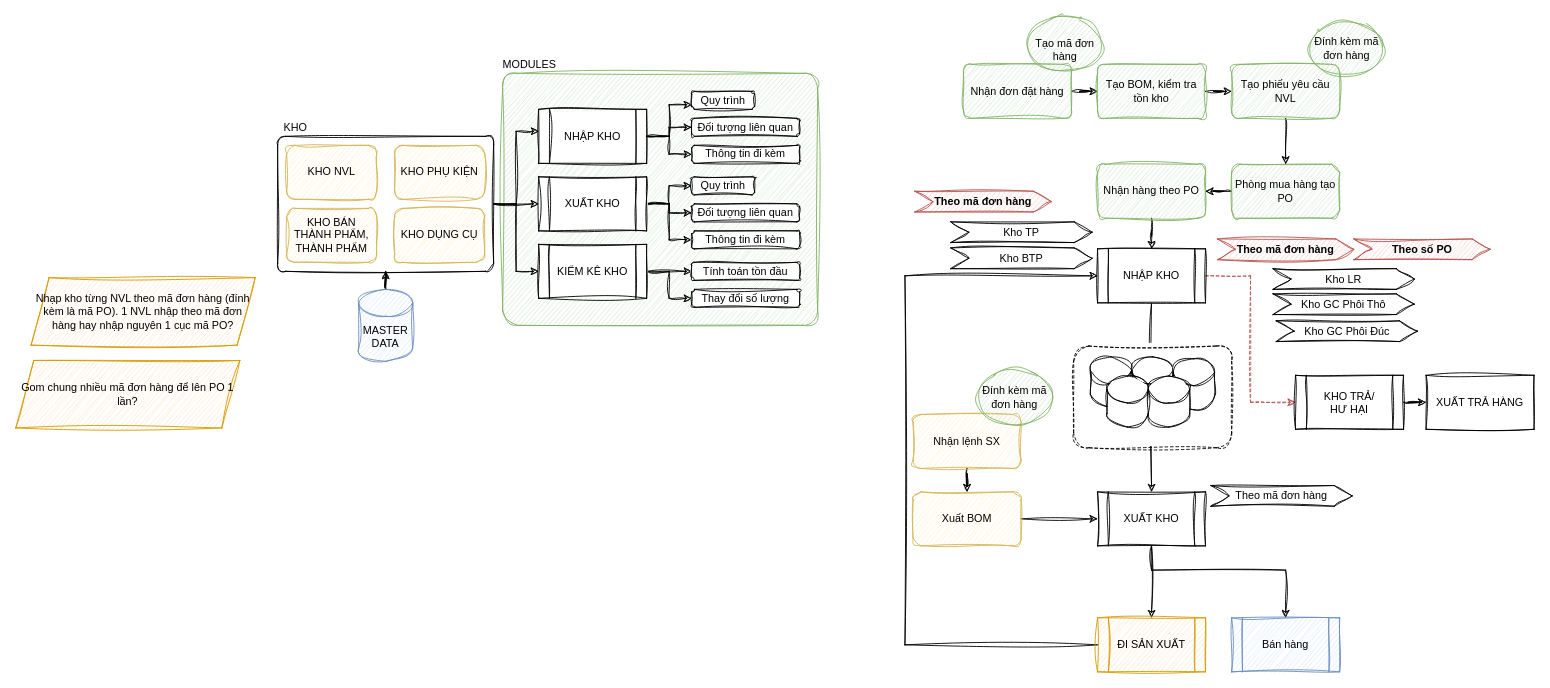
DataTeamBP/MyDrawIO keeps this draw.io diagram as page "TAZMO" (3 of 4) of Sketchs/MySketch.drawio. Above is the earlier version. Source tidied: cells renumbered, new cells numbered last; positions are measured from the earlier drawing's top-left corner, leaving out a move shared by most shapes. Both pictures are drawn from the tidied source at 90%, with x=0, y=0 at pixel (15, 15).
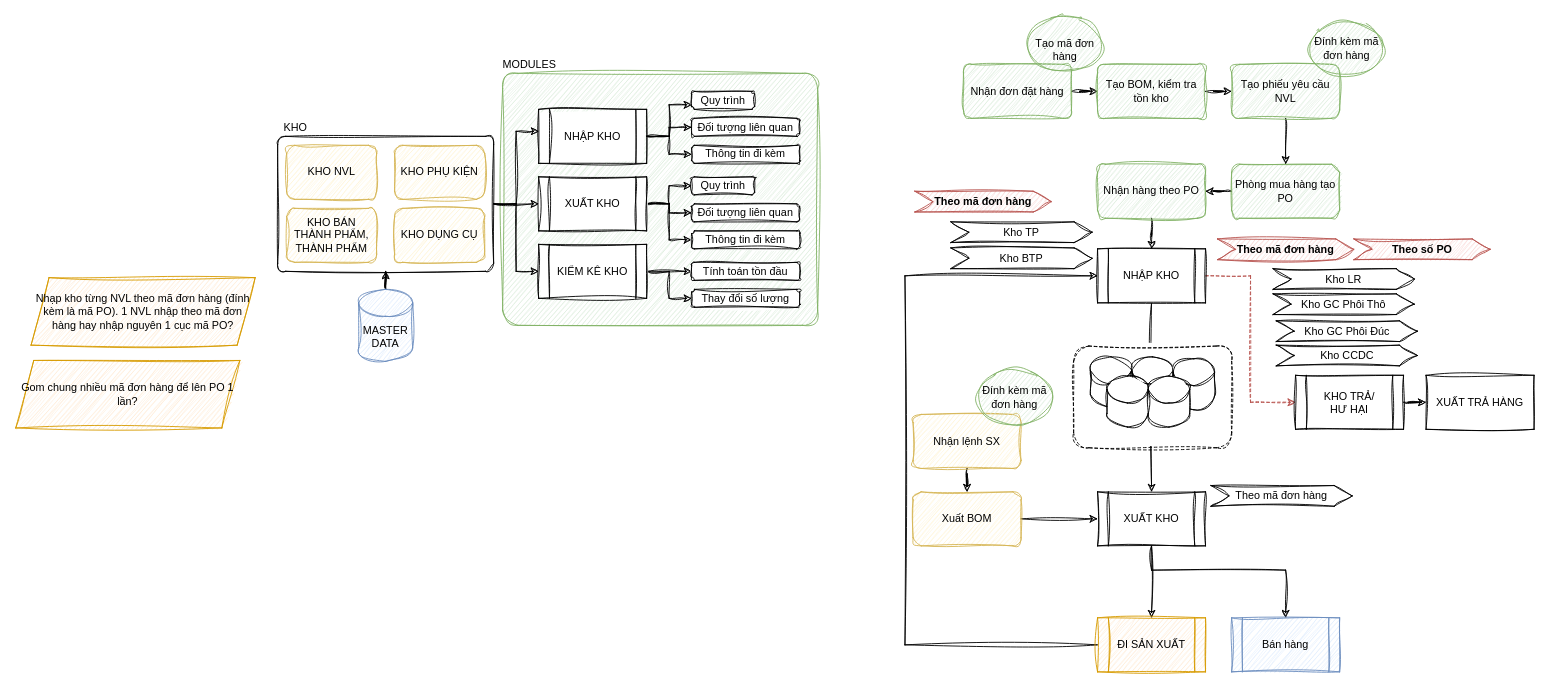
After the change.

What changed in the source:
```diff
@@
+    <mxCell id="81" value="Kho CCDC" style="shape=step;perimeter=stepPerimeter;whiteSpace=wrap;html=1;fixedSize=1;hachureGap=4;fontFamily=Helvetica;sketch=1;curveFitting=1;jiggle=2;" parent="1" vertex="1">
+      <mxGeometry x="1400.5" y="366" width="157" height="23" as="geometry" />
+    </mxCell>
```
